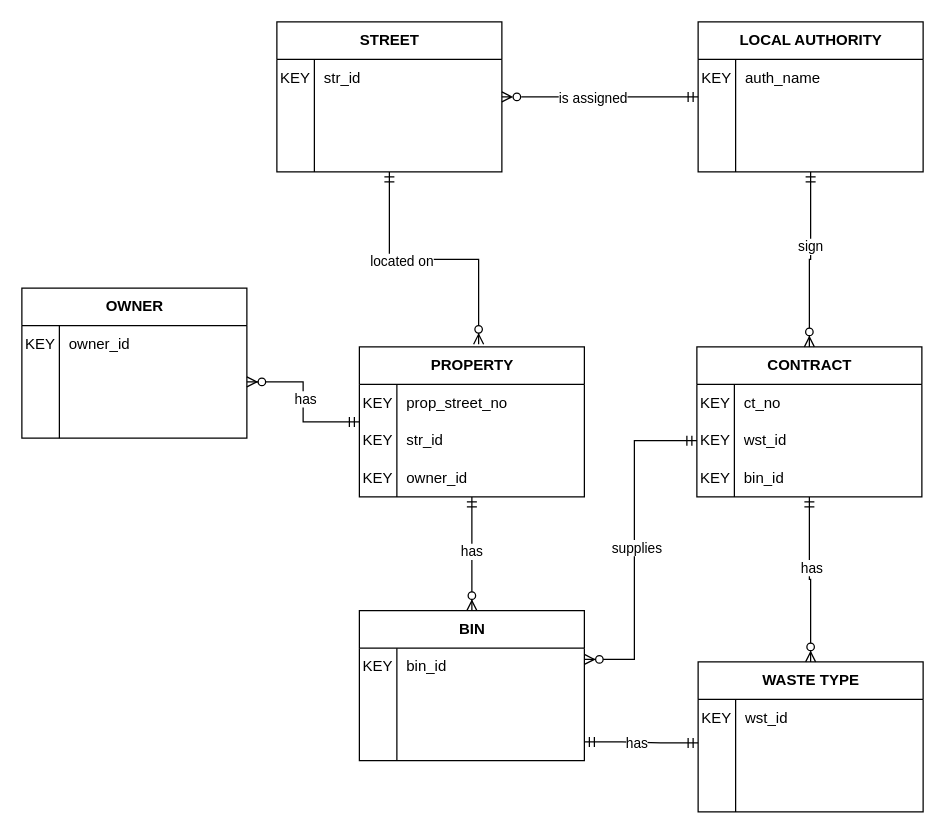
Before: page "Entities and Keys" (1 of 3) of Assignments/Ass1/ca_conceptual.drawio in aanv0002/bigrig-movers-sql-database, a draw.io diagram. Source tidied: cells renumbered, new cells numbered last; positions are measured from the earlier drawing's top-left corner, leaving out a move shared by most shapes. Both pictures are drawn from the tidied source at 125%, with x=0, y=0 at pixel (21, 21).
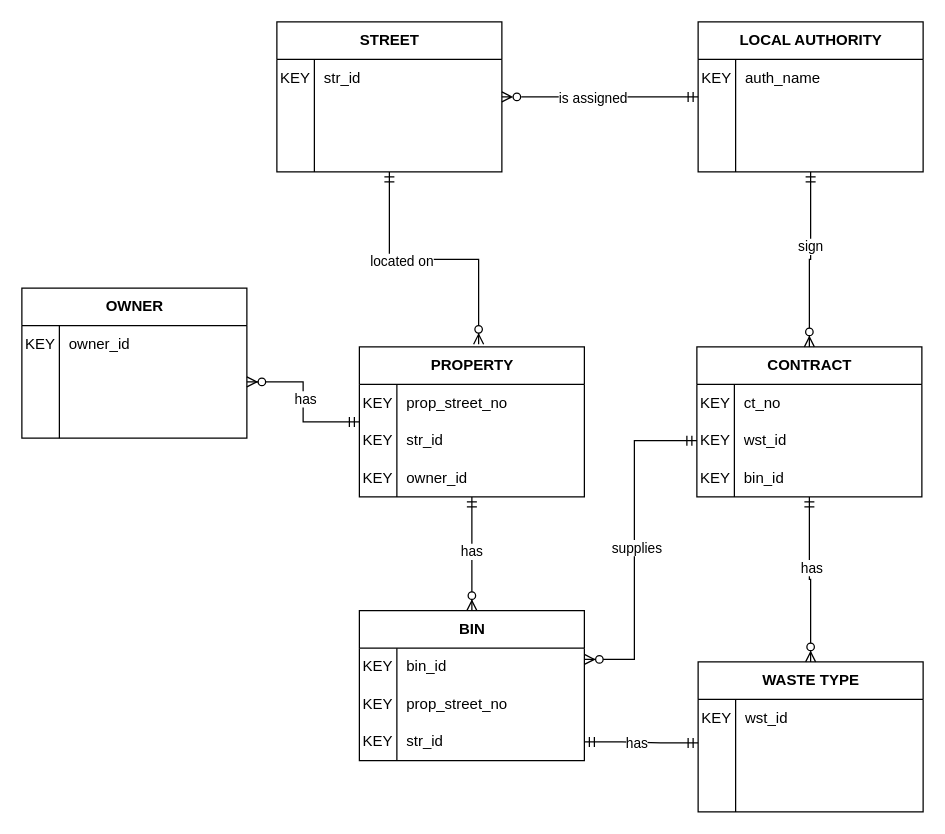
The same diagram, later.

Commit message (it also covers changes not shown here):
Commit: added key attributes property street no and street id to BIN entity and added all non-key attributes to complete the diagram

Unchanged cells that the change refers to:
```xml
<mxCell id="46" style="shape=tableRow;horizontal=0;startSize=0;swimlaneHead=0;swimlaneBody=0;fillColor=none;top=0;left=0;right=0;bottom=0;" parent="42" vertex="1">
  <mxGeometry y="60" width="180" height="30" as="geometry" />
</mxCell>
<mxCell id="49" style="shape=tableRow;horizontal=0;startSize=0;swimlaneHead=0;swimlaneBody=0;fillColor=none;points=[[0,0.5],[1,0.5]];portConstraint=eastwest;top=0;left=0;right=0;bottom=0;" parent="42" vertex="1">
  <mxGeometry y="90" width="180" height="30" as="geometry" />
</mxCell>
```

The edit, as a diff of the source:
```diff
@@
-    <mxCell id="47" style="shape=partialRectangle;fillColor=none;top=0;left=0;bottom=0;right=0;overflow=hidden;whiteSpace=wrap;html=1;" parent="46" vertex="1">
+    <mxCell id="47" value="KEY" style="shape=partialRectangle;fillColor=none;top=0;left=0;bottom=0;right=0;overflow=hidden;whiteSpace=wrap;html=1;" parent="46" vertex="1">
       <mxGeometry width="30" height="30" as="geometry" />
     </mxCell>
-    <mxCell id="48" style="shape=partialRectangle;fillColor=none;top=0;left=0;bottom=0;right=0;align=left;spacingLeft=6;overflow=hidden;whiteSpace=wrap;html=1;" parent="46" vertex="1">
+    <mxCell id="48" value="prop_street_no" style="shape=partialRectangle;fillColor=none;top=0;left=0;bottom=0;right=0;align=left;spacingLeft=6;overflow=hidden;whiteSpace=wrap;html=1;" parent="46" vertex="1">
       <mxGeometry x="30" width="150" height="30" as="geometry" />
     </mxCell>
@@
-    <mxCell id="50" style="shape=partialRectangle;fillColor=none;top=0;left=0;bottom=0;right=0;overflow=hidden;whiteSpace=wrap;html=1;" parent="49" vertex="1">
+    <mxCell id="50" value="KEY" style="shape=partialRectangle;fillColor=none;top=0;left=0;bottom=0;right=0;overflow=hidden;whiteSpace=wrap;html=1;" parent="49" vertex="1">
       <mxGeometry width="30" height="30" as="geometry" />
     </mxCell>
-    <mxCell id="51" style="shape=partialRectangle;fillColor=none;top=0;left=0;bottom=0;right=0;align=left;spacingLeft=6;overflow=hidden;whiteSpace=wrap;html=1;" parent="49" vertex="1">
+    <mxCell id="51" value="str_id" style="shape=partialRectangle;fillColor=none;top=0;left=0;bottom=0;right=0;align=left;spacingLeft=6;overflow=hidden;whiteSpace=wrap;html=1;" parent="49" vertex="1">
       <mxGeometry x="30" width="150" height="30" as="geometry" />
     </mxCell>
```
